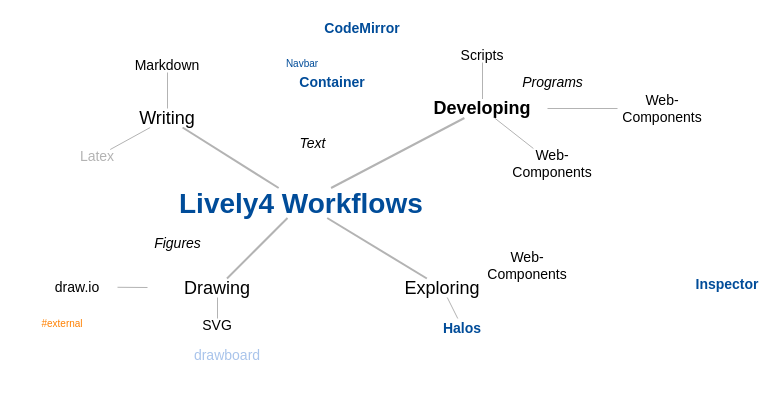
LivelyKernel/lively4-core keeps this draw.io diagram as doc/figures/workflows.drawio. Above is the earlier version. Source tidied: cells renumbered, new cells numbered last; positions are measured from the earlier drawing's top-left corner, leaving out a move shared by most shapes. Both pictures are drawn from the tidied source at 100%, with x=0, y=0 at pixel (37, 18).
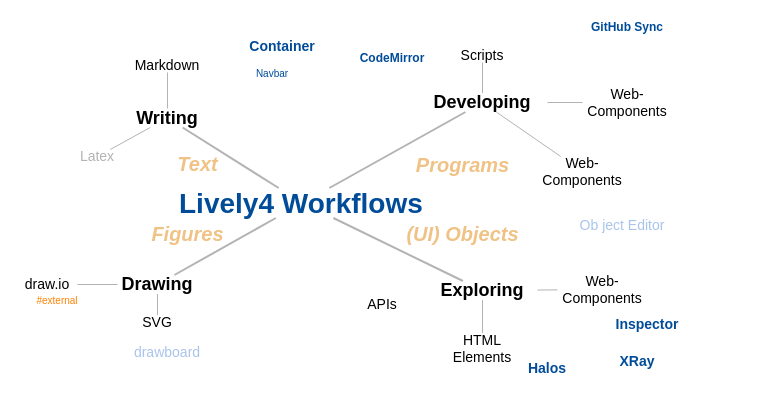
The same diagram, later.

The edit, as a diff of the source:
```diff
@@
-    <mxCell id="5" style="edgeStyle=none;jettySize=auto;html=1;endArrow=none;strokeColor=#B3B3B3;strokeWidth=1;fontSize=18;fontColor=#808080;" parent="1" edge="1" source="6" target="7">
-      <mxGeometry relative="1" as="geometry" />
-    </mxCell>
+    <mxCell id="37" style="edgeStyle=none;jettySize=auto;html=1;endArrow=none;strokeColor=#B3B3B3;strokeWidth=1;fontSize=20;fontColor=#F0C286;" parent="1" edge="1" source="6" target="33">
+      <mxGeometry relative="1" as="geometry" />
+    </mxCell>
-    <mxCell id="6" value="Exploring" style="text;html=1;strokeColor=none;fillColor=none;align=center;verticalAlign=middle;whiteSpace=wrap;rounded=0;fontSize=18;" parent="1" vertex="1">
-      <mxGeometry x="350" y="260" width="110" height="19" as="geometry" />
+    <mxCell id="6" value="&lt;b&gt;Exploring&lt;/b&gt;" style="text;html=1;strokeColor=none;fillColor=none;align=center;verticalAlign=middle;whiteSpace=wrap;rounded=0;fontSize=18;" parent="1" vertex="1">
+      <mxGeometry x="390" y="262.5" width="110" height="19" as="geometry" />
     </mxCell>
     <mxCell id="7" value="Halos" style="text;html=1;strokeColor=none;fillColor=none;align=center;verticalAlign=middle;whiteSpace=wrap;rounded=0;fontSize=14;fontColor=#004C99;fontStyle=1;" parent="1" vertex="1">
-      <mxGeometry x="395" y="300" width="60" height="19" as="geometry" />
+      <mxGeometry x="480" y="340.5" width="60" height="19" as="geometry" />
     </mxCell>
@@
-    <mxCell id="9" value="Drawing" style="text;html=1;strokeColor=none;fillColor=none;align=center;verticalAlign=middle;whiteSpace=wrap;rounded=0;fontSize=18;" parent="1" vertex="1">
-      <mxGeometry x="110" y="260" width="140" height="19" as="geometry" />
+    <mxCell id="9" value="&lt;b&gt;Drawing&lt;/b&gt;" style="text;html=1;strokeColor=none;fillColor=none;align=center;verticalAlign=middle;whiteSpace=wrap;rounded=0;fontSize=18;" parent="1" vertex="1">
+      <mxGeometry x="80" y="256.5" width="80" height="19" as="geometry" />
     </mxCell>
@@
-    <mxCell id="11" value="Writing" style="text;html=1;strokeColor=none;fillColor=none;align=center;verticalAlign=middle;whiteSpace=wrap;rounded=0;fontSize=18;" parent="1" vertex="1">
+    <mxCell id="11" value="&lt;b&gt;Writing&lt;/b&gt;" style="text;html=1;strokeColor=none;fillColor=none;align=center;verticalAlign=middle;whiteSpace=wrap;rounded=0;fontSize=18;" parent="1" vertex="1">
       <mxGeometry x="60" y="90" width="140" height="19" as="geometry" />
     </mxCell>
@@
     <mxCell id="13" value="#external" style="text;html=1;strokeColor=none;fillColor=none;align=center;verticalAlign=middle;whiteSpace=wrap;rounded=0;fontSize=10;fontColor=#FF8000;" parent="1" vertex="1">
-      <mxGeometry y="299.5" width="50" height="10" as="geometry" />
+      <mxGeometry x="-5" y="276.5" width="50" height="10" as="geometry" />
     </mxCell>
@@
     <mxCell id="15" value="draw.io" style="text;html=1;strokeColor=none;fillColor=none;align=center;verticalAlign=middle;whiteSpace=wrap;rounded=0;fontSize=14;" parent="1" vertex="1">
-      <mxGeometry y="261.5" width="80" height="14" as="geometry" />
+      <mxGeometry x="-20" y="259" width="60" height="14" as="geometry" />
     </mxCell>
@@
     <mxCell id="17" value="&lt;b&gt;Developing&lt;/b&gt;" style="text;html=1;strokeColor=none;fillColor=none;align=center;verticalAlign=middle;whiteSpace=wrap;rounded=0;fontSize=18;" parent="1" vertex="1">
-      <mxGeometry x="380" y="80.5" width="130" height="19" as="geometry" />
+      <mxGeometry x="380" y="74.5" width="130" height="19" as="geometry" />
     </mxCell>
@@
     <mxCell id="22" value="&lt;font color=&quot;#a9c4eb&quot;&gt;drawboard&lt;/font&gt;" style="text;html=1;strokeColor=none;fillColor=none;align=center;verticalAlign=middle;whiteSpace=wrap;rounded=0;fontSize=14;fontColor=#004C99;fontStyle=0;strokeOpacity=80;fillOpacity=80;" parent="1" vertex="1">
-      <mxGeometry x="150" y="330" width="80" height="14" as="geometry" />
+      <mxGeometry x="90" y="326.5" width="80" height="14" as="geometry" />
     </mxCell>
     <mxCell id="23" value="Web-Components" style="text;html=1;strokeColor=none;fillColor=none;align=center;verticalAlign=middle;whiteSpace=wrap;rounded=0;fontSize=14;" parent="1" vertex="1">
-      <mxGeometry x="580" y="75" width="90" height="30" as="geometry" />
+      <mxGeometry x="545" y="69" width="90" height="30" as="geometry" />
     </mxCell>
@@
     <mxCell id="26" value="Web-Components" style="text;html=1;strokeColor=none;fillColor=none;align=center;verticalAlign=middle;whiteSpace=wrap;rounded=0;fontSize=14;" parent="1" vertex="1">
-      <mxGeometry x="470" y="130" width="90" height="30" as="geometry" />
+      <mxGeometry x="500" y="138" width="90" height="30" as="geometry" />
     </mxCell>
@@
     <mxCell id="28" value="Inspector" style="text;html=1;strokeColor=none;fillColor=none;align=center;verticalAlign=middle;whiteSpace=wrap;rounded=0;fontSize=14;fontColor=#004C99;fontStyle=1;" parent="1" vertex="1">
-      <mxGeometry x="660" y="256.5" width="60" height="19" as="geometry" />
+      <mxGeometry x="580" y="296.5" width="60" height="19" as="geometry" />
     </mxCell>
     <mxCell id="29" value="Container" style="text;html=1;strokeColor=none;fillColor=none;align=center;verticalAlign=middle;whiteSpace=wrap;rounded=0;fontSize=14;fontColor=#004C99;fontStyle=1;" parent="1" vertex="1">
-      <mxGeometry x="250" y="54" width="90" height="19" as="geometry" />
+      <mxGeometry x="200" y="18" width="90" height="19" as="geometry" />
     </mxCell>
     <mxCell id="30" value="&lt;font style=&quot;font-size: 10px ; font-weight: normal&quot;&gt;Navbar&lt;/font&gt;" style="text;html=1;strokeColor=none;fillColor=none;align=center;verticalAlign=middle;whiteSpace=wrap;rounded=0;fontSize=14;fontColor=#004C99;fontStyle=1;" parent="1" vertex="1">
-      <mxGeometry x="220" y="34.5" width="90" height="19" as="geometry" />
+      <mxGeometry x="190" y="44" width="90" height="19" as="geometry" />
     </mxCell>
-    <mxCell id="31" value="CodeMirror" style="text;html=1;strokeColor=none;fillColor=none;align=center;verticalAlign=middle;whiteSpace=wrap;rounded=0;fontSize=14;fontColor=#004C99;fontStyle=1;" parent="1" vertex="1">
-      <mxGeometry x="280" width="90" height="19" as="geometry" />
+    <mxCell id="31" value="CodeMirror" style="text;html=1;strokeColor=none;fillColor=none;align=center;verticalAlign=middle;whiteSpace=wrap;rounded=0;fontSize=12;fontColor=#004C99;fontStyle=1;" parent="1" vertex="1">
+      <mxGeometry x="310" y="30" width="90" height="19" as="geometry" />
     </mxCell>
     <mxCell id="32" value="SVG" style="text;html=1;strokeColor=none;fillColor=none;align=center;verticalAlign=middle;whiteSpace=wrap;rounded=0;fontSize=14;fontColor=#000000;" parent="1" vertex="1">
-      <mxGeometry x="140" y="300" width="80" height="14" as="geometry" />
+      <mxGeometry x="80" y="296.5" width="80" height="14" as="geometry" />
     </mxCell>
     <mxCell id="33" value="Web-Components" style="text;html=1;strokeColor=none;fillColor=none;align=center;verticalAlign=middle;whiteSpace=wrap;rounded=0;fontSize=14;" parent="1" vertex="1">
-      <mxGeometry x="445" y="231.5" width="90" height="30" as="geometry" />
+      <mxGeometry x="520" y="256" width="90" height="30" as="geometry" />
     </mxCell>
-    <mxCell id="34" value="Programs" style="text;html=1;fontSize=14;fontColor=#000000;rounded=0;align=center;verticalAlign=middle;fontStyle=2;" parent="1" vertex="1">
-      <mxGeometry x="470" y="48.5" width="90" height="30" as="geometry" />
+    <mxCell id="34" value="Programs" style="text;html=1;fontSize=20;fontColor=#F0C286;rounded=0;align=center;verticalAlign=middle;fontStyle=3;" parent="1" vertex="1">
+      <mxGeometry x="380" y="131" width="90" height="30" as="geometry" />
     </mxCell>
-    <mxCell id="35" value="Figures" style="text;html=1;fontSize=14;fontColor=#000000;rounded=0;fontStyle=2;align=center;verticalAlign=middle;" parent="1" vertex="1">
-      <mxGeometry x="105" y="210" width="70" height="30" as="geometry" />
+    <mxCell id="35" value="Figures" style="text;html=1;fontSize=20;fontColor=#F0C286;rounded=0;fontStyle=3;align=center;verticalAlign=middle;" parent="1" vertex="1">
+      <mxGeometry x="115" y="199.5" width="70" height="30" as="geometry" />
     </mxCell>
-    <mxCell id="36" value="Text" style="text;html=1;fontSize=14;fontColor=#000000;rounded=0;fontStyle=2;align=center;verticalAlign=middle;" parent="1" vertex="1">
-      <mxGeometry x="250" y="110" width="50" height="30" as="geometry" />
+    <mxCell id="36" value="Text" style="text;html=1;fontSize=20;fontColor=#F0C286;rounded=0;fontStyle=3;align=center;verticalAlign=middle;" parent="1" vertex="1">
+      <mxGeometry x="135" y="130" width="50" height="30" as="geometry" />
     </mxCell>
+    <mxCell id="38" value="(UI) Objects" style="text;html=1;fontSize=20;fontColor=#F0C286;rounded=0;align=center;verticalAlign=middle;fontStyle=3;" parent="1" vertex="1">
+      <mxGeometry x="380" y="199.5" width="90" height="30" as="geometry" />
+    </mxCell>
+    <mxCell id="39" style="edgeStyle=none;jettySize=auto;html=1;endArrow=none;strokeColor=#B3B3B3;strokeWidth=1;fontSize=20;fontColor=#F0C286;" parent="1" edge="1" source="40" target="6">
+      <mxGeometry relative="1" as="geometry" />
+    </mxCell>
+    <mxCell id="40" value="HTML Elements" style="text;html=1;strokeColor=none;fillColor=none;align=center;verticalAlign=middle;whiteSpace=wrap;rounded=0;fontSize=14;" parent="1" vertex="1">
+      <mxGeometry x="400" y="314.5" width="90" height="30" as="geometry" />
+    </mxCell>
+    <mxCell id="41" value="APIs" style="text;html=1;strokeColor=none;fillColor=none;align=center;verticalAlign=middle;whiteSpace=wrap;rounded=0;fontSize=14;" parent="1" vertex="1">
+      <mxGeometry x="300" y="271" width="90" height="30" as="geometry" />
+    </mxCell>
+    <mxCell id="42" value="GitHub Sync" style="text;html=1;strokeColor=none;fillColor=none;align=center;verticalAlign=middle;whiteSpace=wrap;rounded=0;fontSize=12;fontColor=#004C99;fontStyle=1;" parent="1" vertex="1">
+      <mxGeometry x="545" y="-1" width="90" height="19" as="geometry" />
+    </mxCell>
+    <mxCell id="43" value="&lt;font color=&quot;#a9c4eb&quot;&gt;Ob ject Editor&lt;/font&gt;" style="text;html=1;strokeColor=none;fillColor=none;align=center;verticalAlign=middle;whiteSpace=wrap;rounded=0;fontSize=14;fontColor=#004C99;fontStyle=0;strokeOpacity=80;fillOpacity=80;" parent="1" vertex="1">
+      <mxGeometry x="530" y="200" width="110" height="14" as="geometry" />
+    </mxCell>
+    <mxCell id="44" value="XRay" style="text;html=1;strokeColor=none;fillColor=none;align=center;verticalAlign=middle;whiteSpace=wrap;rounded=0;fontSize=14;fontColor=#004C99;fontStyle=1;" parent="1" vertex="1">
+      <mxGeometry x="570" y="333.5" width="60" height="19" as="geometry" />
+    </mxCell>
```
